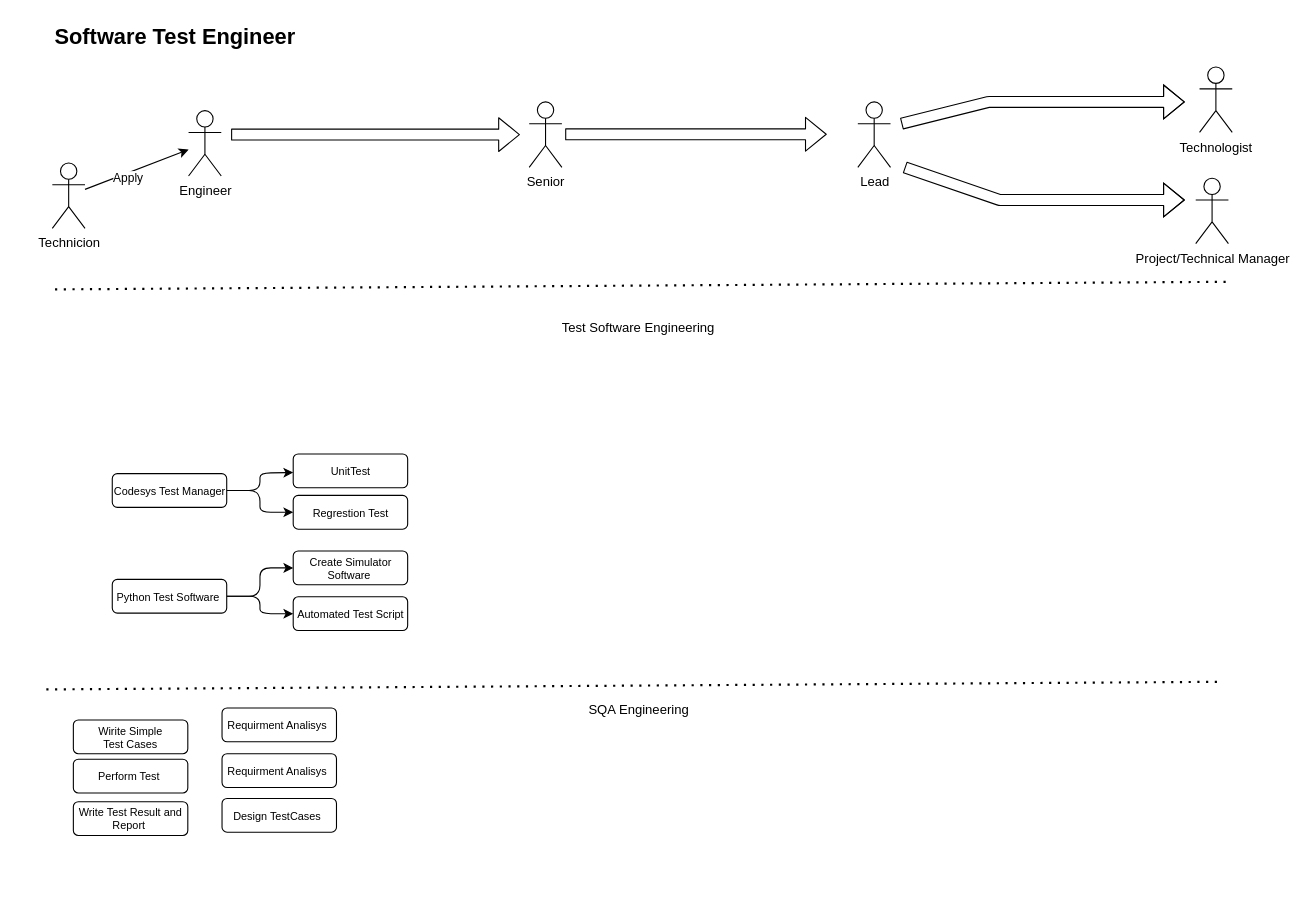
The draw.io diagram page "Software Test Engineer" (4 of 5) of CareerWorkShop.drawio in EdwardsKorea/CommonDrawIO, before the edit. Source tidied: cells renumbered, new cells numbered last; positions are measured from the earlier drawing's top-left corner, leaving out a move shared by most shapes. Both pictures are drawn from the tidied source at 109%, with x=0, y=0 at pixel (46, 19).
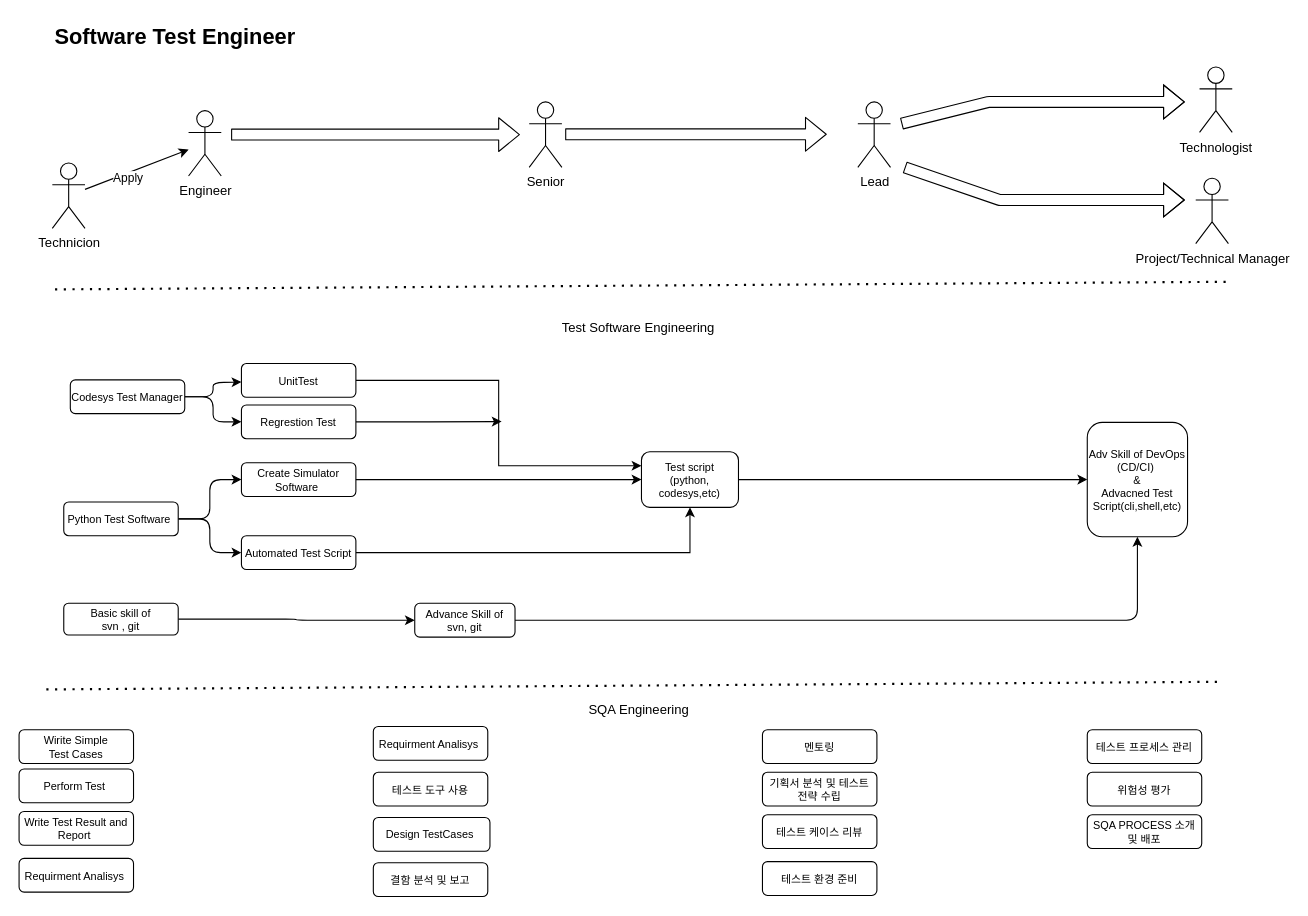
The same page after the edit.

Diff of the diagram source:
```diff
@@
     <mxCell id="11" value="Wirite Simple &lt;br&gt;Test Cases" style="rounded=1;whiteSpace=wrap;html=1;fontSize=10;" parent="1" vertex="1">
-      <mxGeometry x="24.8" y="643" width="105" height="31" as="geometry" />
+      <mxGeometry x="-25" y="652" width="105" height="31" as="geometry" />
     </mxCell>
     <mxCell id="12" value="Perform Test&amp;nbsp;" style="rounded=1;whiteSpace=wrap;html=1;fontSize=10;" parent="1" vertex="1">
-      <mxGeometry x="24.8" y="679" width="105" height="31" as="geometry" />
+      <mxGeometry x="-25" y="688" width="105" height="31" as="geometry" />
     </mxCell>
     <mxCell id="13" value="Write Test Result and Report&amp;nbsp;" style="rounded=1;whiteSpace=wrap;html=1;fontSize=10;" parent="1" vertex="1">
-      <mxGeometry x="24.8" y="718" width="105" height="31" as="geometry" />
+      <mxGeometry x="-25" y="727" width="105" height="31" as="geometry" />
     </mxCell>
     <mxCell id="14" value="Requirment Analisys&amp;nbsp;" style="rounded=1;whiteSpace=wrap;html=1;fontSize=10;" parent="1" vertex="1">
-      <mxGeometry x="161.2" y="674" width="105" height="31" as="geometry" />
+      <mxGeometry x="-25" y="770" width="105" height="31" as="geometry" />
     </mxCell>
     <mxCell id="15" value="Design TestCases&amp;nbsp;" style="rounded=1;whiteSpace=wrap;html=1;fontSize=10;" parent="1" vertex="1">
-      <mxGeometry x="161.2" y="715" width="105" height="31" as="geometry" />
+      <mxGeometry x="300" y="732.5" width="107" height="31" as="geometry" />
     </mxCell>
@@
     <mxCell id="18" value="Python Test Software&amp;nbsp;" style="rounded=1;whiteSpace=wrap;html=1;fontSize=10;" parent="1" vertex="1">
-      <mxGeometry x="60.5" y="514" width="105" height="31" as="geometry" />
+      <mxGeometry x="16" y="443" width="105" height="31" as="geometry" />
     </mxCell>
     <mxCell id="19" style="edgeStyle=orthogonalEdgeStyle;rounded=1;jettySize=auto;html=1;" parent="1" edge="1" source="21">
       <mxGeometry relative="1" as="geometry">
-        <mxPoint x="226.5" y="416" as="targetPoint" />
+        <mxPoint x="179" y="333" as="targetPoint" />
       </mxGeometry>
     </mxCell>
@@
     <mxCell id="21" value="Codesys Test Manager" style="rounded=1;whiteSpace=wrap;html=1;fontSize=10;" parent="1" vertex="1">
-      <mxGeometry x="60.5" y="417" width="105" height="31" as="geometry" />
+      <mxGeometry x="22" y="331" width="105" height="31" as="geometry" />
     </mxCell>
+    <mxCell id="35" style="edgeStyle=orthogonalEdgeStyle;rounded=0;jettySize=auto;html=1;exitX=1;exitY=0.5;exitDx=0;exitDy=0;entryX=0;entryY=0.25;entryDx=0;entryDy=0;" parent="1" edge="1" source="22" target="48">
+      <mxGeometry relative="1" as="geometry" />
+    </mxCell>
     <mxCell id="22" value="UnitTest" style="rounded=1;whiteSpace=wrap;html=1;fontSize=10;" parent="1" vertex="1">
-      <mxGeometry x="226.5" y="399" width="105" height="31" as="geometry" />
+      <mxGeometry x="179" y="316" width="105" height="31" as="geometry" />
     </mxCell>
+    <mxCell id="36" style="edgeStyle=orthogonalEdgeStyle;rounded=0;jettySize=auto;html=1;exitX=1;exitY=0.5;exitDx=0;exitDy=0;" parent="1" edge="1" source="23">
+      <mxGeometry relative="1" as="geometry">
+        <mxPoint x="417.7" y="369.3" as="targetPoint" />
+      </mxGeometry>
+    </mxCell>
     <mxCell id="23" value="Regrestion Test" style="rounded=1;whiteSpace=wrap;html=1;fontSize=10;" parent="1" vertex="1">
-      <mxGeometry x="226.5" y="437" width="105" height="31" as="geometry" />
+      <mxGeometry x="179" y="354" width="105" height="31" as="geometry" />
     </mxCell>
     <mxCell id="24" value="Create Simulator Software&amp;nbsp;" style="rounded=1;whiteSpace=wrap;html=1;fontSize=10;" parent="1" vertex="1">
-      <mxGeometry x="226.5" y="488" width="105" height="31" as="geometry" />
+      <mxGeometry x="179" y="407" width="105" height="31" as="geometry" />
     </mxCell>
+    <mxCell id="37" style="edgeStyle=orthogonalEdgeStyle;rounded=0;jettySize=auto;html=1;exitX=1;exitY=0.5;exitDx=0;exitDy=0;entryX=0.5;entryY=1;entryDx=0;entryDy=0;" parent="1" edge="1" source="25" target="48">
+      <mxGeometry relative="1" as="geometry" />
+    </mxCell>
     <mxCell id="25" value="Automated Test Script" style="rounded=1;whiteSpace=wrap;html=1;fontSize=10;" parent="1" vertex="1">
-      <mxGeometry x="226.5" y="530" width="105" height="31" as="geometry" />
+      <mxGeometry x="179" y="474" width="105" height="31" as="geometry" />
     </mxCell>
@@
     <mxCell id="29" value="Requirment Analisys&amp;nbsp;" style="rounded=1;whiteSpace=wrap;html=1;fontSize=10;" parent="1" vertex="1">
-      <mxGeometry x="161.2" y="632" width="105" height="31" as="geometry" />
+      <mxGeometry x="300" y="649" width="105" height="31" as="geometry" />
     </mxCell>
@@
+    <mxCell id="38" value="테스트 도구 사용" style="rounded=1;whiteSpace=wrap;html=1;fontSize=10;" parent="1" vertex="1">
+      <mxGeometry x="300" y="691" width="105" height="31" as="geometry" />
+    </mxCell>
+    <mxCell id="39" value="멘토링" style="rounded=1;whiteSpace=wrap;html=1;fontSize=10;" parent="1" vertex="1">
+      <mxGeometry x="657" y="652" width="105" height="31" as="geometry" />
+    </mxCell>
+    <mxCell id="40" value="결함 분석 및 보고" style="rounded=1;whiteSpace=wrap;html=1;fontSize=10;" parent="1" vertex="1">
+      <mxGeometry x="300" y="774" width="105" height="31" as="geometry" />
+    </mxCell>
+    <mxCell id="41" value="테스트 프로세스 관리" style="rounded=1;whiteSpace=wrap;html=1;fontSize=10;" parent="1" vertex="1">
+      <mxGeometry x="955" y="652" width="105" height="31" as="geometry" />
+    </mxCell>
+    <mxCell id="42" style="edgeStyle=orthogonalEdgeStyle;rounded=1;jettySize=auto;html=1;entryX=0;entryY=0.5;entryDx=0;entryDy=0;exitX=1;exitY=0.5;exitDx=0;exitDy=0;" parent="1" edge="1" source="54" target="45">
+      <mxGeometry relative="1" as="geometry" />
+    </mxCell>
+    <mxCell id="43" style="edgeStyle=orthogonalEdgeStyle;rounded=1;jettySize=auto;html=1;entryX=0;entryY=0.5;entryDx=0;entryDy=0;exitX=1;exitY=0.5;exitDx=0;exitDy=0;" parent="1" edge="1" source="24" target="48">
+      <mxGeometry relative="1" as="geometry" />
+    </mxCell>
+    <mxCell id="44" style="edgeStyle=orthogonalEdgeStyle;rounded=1;jettySize=auto;html=1;" parent="1" edge="1" source="45" target="46">
+      <mxGeometry relative="1" as="geometry" />
+    </mxCell>
+    <mxCell id="45" value="Advance Skill of svn, git" style="rounded=1;whiteSpace=wrap;html=1;fontSize=10;" parent="1" vertex="1">
+      <mxGeometry x="338" y="536" width="92" height="31" as="geometry" />
+    </mxCell>
+    <mxCell id="46" value="Adv Skill of DevOps (CD/CI)&amp;nbsp;&lt;br&gt;&amp;amp;&lt;br&gt;Advacned Test Script(cli,shell,etc)" style="rounded=1;whiteSpace=wrap;html=1;fontSize=10;" parent="1" vertex="1">
+      <mxGeometry x="955" y="370" width="92" height="105" as="geometry" />
+    </mxCell>
+    <mxCell id="47" style="edgeStyle=orthogonalEdgeStyle;rounded=0;jettySize=auto;html=1;exitX=1;exitY=0.5;exitDx=0;exitDy=0;entryX=0;entryY=0.5;entryDx=0;entryDy=0;" parent="1" edge="1" source="48" target="46">
+      <mxGeometry relative="1" as="geometry" />
+    </mxCell>
+    <mxCell id="48" value="Test script&lt;br&gt;(python, codesys,etc)&lt;br&gt;" style="rounded=1;whiteSpace=wrap;html=1;fontSize=10;" parent="1" vertex="1">
+      <mxGeometry x="546" y="397" width="89" height="51" as="geometry" />
+    </mxCell>
+    <mxCell id="49" value="기획서 분석 및 테스트 전략 수립" style="rounded=1;whiteSpace=wrap;html=1;fontSize=10;" parent="1" vertex="1">
+      <mxGeometry x="657" y="691" width="105" height="31" as="geometry" />
+    </mxCell>
+    <mxCell id="50" value="테스트 케이스 리뷰" style="rounded=1;whiteSpace=wrap;html=1;fontSize=10;" parent="1" vertex="1">
+      <mxGeometry x="657" y="730" width="105" height="31" as="geometry" />
+    </mxCell>
+    <mxCell id="51" value="테스트 환경 준비" style="rounded=1;whiteSpace=wrap;html=1;fontSize=10;" parent="1" vertex="1">
+      <mxGeometry x="657" y="773" width="105" height="31" as="geometry" />
+    </mxCell>
+    <mxCell id="52" value="위험성 평가" style="rounded=1;whiteSpace=wrap;html=1;fontSize=10;" parent="1" vertex="1">
+      <mxGeometry x="955" y="691" width="105" height="31" as="geometry" />
+    </mxCell>
+    <mxCell id="53" value="SQA PROCESS 소개 및 배포" style="rounded=1;whiteSpace=wrap;html=1;fontSize=10;" parent="1" vertex="1">
+      <mxGeometry x="955" y="730" width="105" height="31" as="geometry" />
+    </mxCell>
+    <mxCell id="54" value="Basic skill of &lt;br&gt;svn , git" style="rounded=1;whiteSpace=wrap;html=1;fontSize=10;" parent="1" vertex="1">
+      <mxGeometry x="16" y="536" width="105" height="29" as="geometry" />
+    </mxCell>
```
